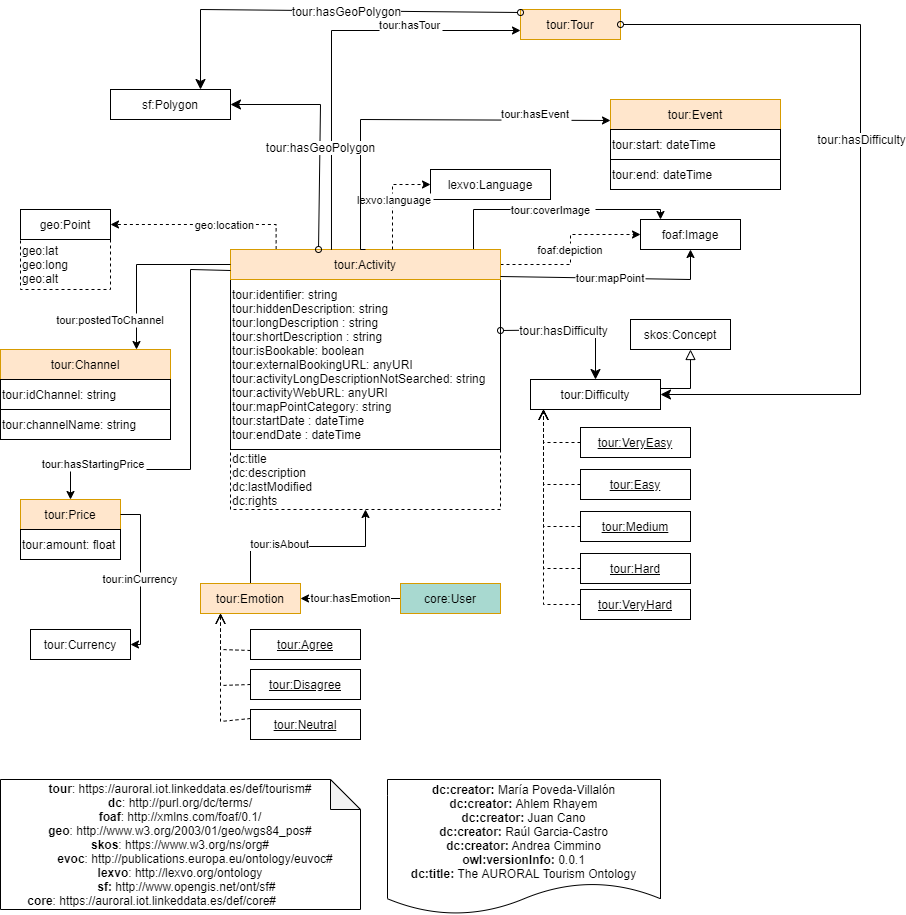
oeg-upm/auroral-tourism-ontology keeps this draw.io diagram as diagrams/tourism.png. Above is the earlier version. Source tidied: cells renumbered, new cells last; positions are measured from the earlier drawing's top-left corner, leaving out a move shared by most shapes.
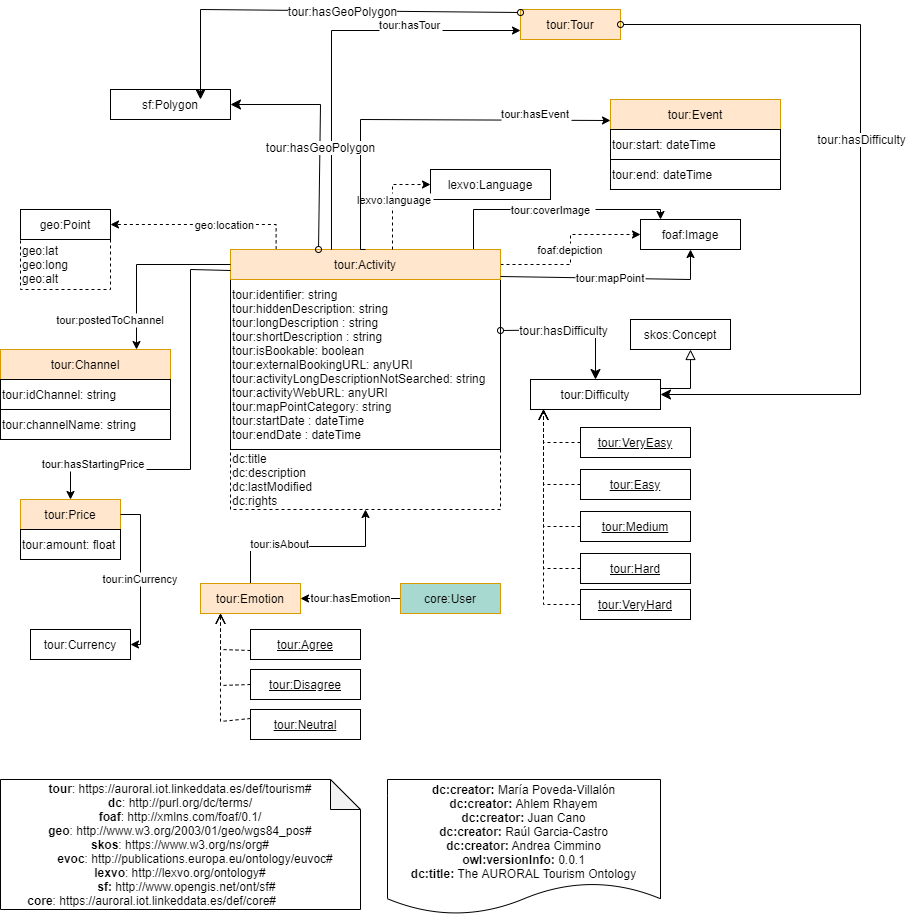
The same diagram one commit later.

Diff of the diagram source:
```diff
@@ -5,7 +5,7 @@
     <mxCell id="2" value="&lt;div&gt;&lt;b&gt;dc:creator:&lt;/b&gt;&amp;nbsp;María Poveda-Villalón&lt;/div&gt;&lt;div&gt;&lt;b&gt;dc:creator:&lt;/b&gt; Ahlem Rhayem&lt;/div&gt;&lt;div&gt;&lt;div&gt;&lt;b&gt;dc:creator:&lt;/b&gt;&amp;nbsp;Juan Cano&lt;/div&gt;&lt;/div&gt;&lt;div&gt;&lt;div&gt;&lt;b&gt;dc:creator:&lt;/b&gt;&amp;nbsp;Raúl Garcia-Castro&lt;/div&gt;&lt;/div&gt;&lt;div&gt;&lt;div&gt;&lt;b&gt;dc:creator:&lt;/b&gt;&amp;nbsp;Andrea Cimmino&lt;/div&gt;&lt;/div&gt;&lt;div&gt;&lt;b&gt;owl:versionInfo:&lt;/b&gt; 0.0.1&lt;/div&gt;&lt;div&gt;&lt;b&gt;dc:title:&lt;/b&gt; The AURORAL Tourism Ontology&lt;/div&gt;" style="shape=document;whiteSpace=wrap;html=1;boundedLbl=1;labelBackgroundColor=#ffffff;strokeColor=#000000;fontSize=12;fontColor=#000000;size=0.23333333333333334;" parent="1" vertex="1">
       <mxGeometry x="387" y="770" width="273" height="135" as="geometry" />
     </mxCell>
-    <mxCell id="3" value="&lt;div&gt;&lt;b&gt;tour&lt;/b&gt;&lt;span&gt;:&amp;nbsp;https://auroral.iot.linkeddata.es/def/tourism#&lt;/span&gt;&lt;br&gt;&lt;/div&gt;&lt;div&gt;&lt;b&gt;dc&lt;/b&gt;: http://purl.org/dc/terms/&lt;br style=&quot;padding: 0px ; margin: 0px&quot;&gt;&lt;b&gt;foaf&lt;/b&gt;:&amp;nbsp;http://xmlns.com/foaf/0.1/&lt;br style=&quot;padding: 0px ; margin: 0px&quot;&gt;&lt;b&gt;geo&lt;/b&gt;: http://www.w3.org/2003/01/geo/wgs84_pos#&lt;br style=&quot;padding: 0px ; margin: 0px&quot;&gt;&lt;b&gt;skos&lt;/b&gt;:&amp;nbsp;https://www.w3.org/ns/org#&lt;/div&gt;&lt;div&gt;&lt;b&gt;&amp;nbsp; &amp;nbsp; &amp;nbsp; &amp;nbsp; &amp;nbsp;evoc&lt;/b&gt;: http://publications.europa.eu/ontology/euvoc#&lt;/div&gt;&lt;b&gt;lexvo&lt;/b&gt;:&amp;nbsp;http://lexvo.org/ontology&lt;br&gt;&lt;div style=&quot;text-align: left&quot;&gt;&lt;b&gt;&amp;nbsp; &amp;nbsp; &amp;nbsp; &amp;nbsp; &amp;nbsp; &amp;nbsp; &amp;nbsp; &amp;nbsp; &amp;nbsp; &amp;nbsp; &amp;nbsp;sf:&amp;nbsp;&lt;/b&gt;&lt;span&gt;http://www.opengis.net/ont/sf#&lt;/span&gt;&lt;/div&gt;&lt;div style=&quot;text-align: left&quot;&gt;&lt;span style=&quot;text-align: center&quot;&gt;&lt;b&gt;core&lt;/b&gt;:&amp;nbsp;https://auroral.iot.linkeddata.es/def/core#&lt;/span&gt;&lt;br style=&quot;padding: 0px ; margin: 0px ; text-align: center&quot;&gt;&lt;/div&gt;" style="shape=note;whiteSpace=wrap;html=1;backgroundOutline=1;darkOpacity=0.05;" parent="1" vertex="1">
+    <mxCell id="3" value="&lt;div&gt;&lt;b&gt;tour&lt;/b&gt;&lt;span&gt;:&amp;nbsp;https://auroral.iot.linkeddata.es/def/tourism#&lt;/span&gt;&lt;br&gt;&lt;/div&gt;&lt;div&gt;&lt;b&gt;dc&lt;/b&gt;: http://purl.org/dc/terms/&lt;br style=&quot;padding: 0px ; margin: 0px&quot;&gt;&lt;b&gt;foaf&lt;/b&gt;:&amp;nbsp;http://xmlns.com/foaf/0.1/&lt;br style=&quot;padding: 0px ; margin: 0px&quot;&gt;&lt;b&gt;geo&lt;/b&gt;: http://www.w3.org/2003/01/geo/wgs84_pos#&lt;br style=&quot;padding: 0px ; margin: 0px&quot;&gt;&lt;b&gt;skos&lt;/b&gt;:&amp;nbsp;https://www.w3.org/ns/org#&lt;/div&gt;&lt;div&gt;&lt;b&gt;&amp;nbsp; &amp;nbsp; &amp;nbsp; &amp;nbsp; &amp;nbsp;evoc&lt;/b&gt;: http://publications.europa.eu/ontology/euvoc#&lt;/div&gt;&lt;b&gt;lexvo&lt;/b&gt;:&amp;nbsp;http://lexvo.org/ontology#&lt;br&gt;&lt;div style=&quot;text-align: left&quot;&gt;&lt;b&gt;&amp;nbsp; &amp;nbsp; &amp;nbsp; &amp;nbsp; &amp;nbsp; &amp;nbsp; &amp;nbsp; &amp;nbsp; &amp;nbsp; &amp;nbsp; &amp;nbsp;sf:&amp;nbsp;&lt;/b&gt;&lt;span&gt;http://www.opengis.net/ont/sf#&lt;/span&gt;&lt;/div&gt;&lt;div style=&quot;text-align: left&quot;&gt;&lt;span style=&quot;text-align: center&quot;&gt;&lt;b&gt;core&lt;/b&gt;:&amp;nbsp;https://auroral.iot.linkeddata.es/def/core#&lt;/span&gt;&lt;br style=&quot;padding: 0px ; margin: 0px ; text-align: center&quot;&gt;&lt;/div&gt;" style="shape=note;whiteSpace=wrap;html=1;backgroundOutline=1;darkOpacity=0.05;" parent="1" vertex="1">
       <mxGeometry y="770" width="360" height="130" as="geometry" />
     </mxCell>
     <mxCell id="4" value="dc:title&lt;br&gt;dc:description&lt;br&gt;dc:lastModified&lt;br&gt;dc:rights&lt;br&gt;" style="rounded=0;whiteSpace=wrap;html=1;snapToPoint=1;points=[[0.1,0],[0.2,0],[0.3,0],[0.4,0],[0.5,0],[0.6,0],[0.7,0],[0.8,0],[0.9,0],[0,0.1],[0,0.3],[0,0.5],[0,0.7],[0,0.9],[0.1,1],[0.2,1],[0.3,1],[0.4,1],[0.5,1],[0.6,1],[0.7,1],[0.8,1],[0.9,1],[1,0.1],[1,0.3],[1,0.5],[1,0.7],[1,0.9]];dashed=1;align=left;" parent="1" vertex="1">
@@ -181,9 +181,8 @@
     <mxCell id="48" value="&lt;div&gt;tour:hasDifficulty&lt;/div&gt;" style="text;html=1;align=center;verticalAlign=middle;labelBackgroundColor=#ffffff;" parent="47" vertex="1">
       <mxGeometry x="-0.13" relative="1" as="geometry" />
     </mxCell>
-    <mxCell id="49" style="endArrow=classic;html=1;endSize=8;startArrow=oval;startFill=0;arcSize=0;rounded=0;exitX=0;exitY=0.1;exitDx=0;exitDy=0;" parent="1" edge="1" source="40">
+    <mxCell id="49" style="endArrow=classic;html=1;endSize=8;startArrow=oval;startFill=0;arcSize=0;rounded=0;exitX=0;exitY=0.1;exitDx=0;exitDy=0;entryX=0.75;entryY=0.333;entryDx=0;entryDy=0;entryPerimeter=0;" parent="1" edge="1" source="40" target="38">
       <mxGeometry relative="1" as="geometry">
-        <mxPoint x="200" y="80" as="targetPoint" />
         <Array as="points">
           <mxPoint x="200" />
         </Array>
```
